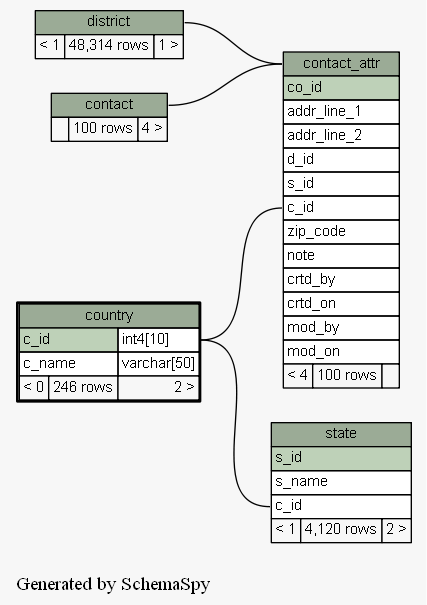
The Graphviz diagram docs/database/schemaspy/graphs/country.2degrees.png in engineerscraft/salesforce, before a commit. Its source is kept beside it as docs/database/schemaspy/graphs/country.2degrees.dot.
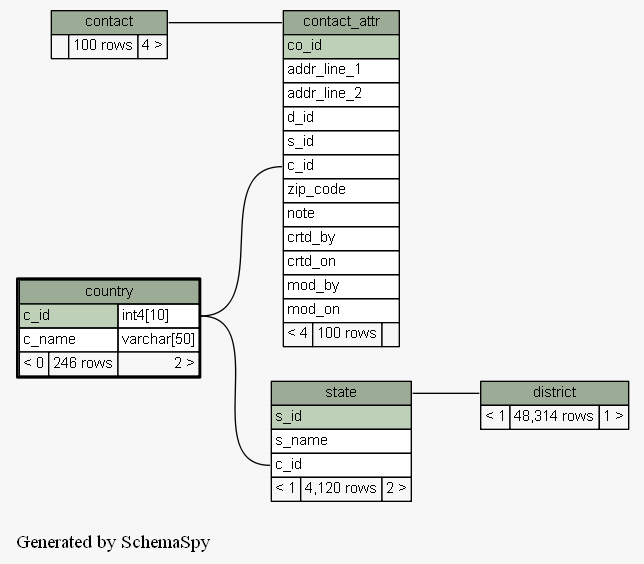
Later version of the same file.

The edit, as a diff of the source:
```diff
@@ -15,7 +15,7 @@
   ];
   "contact_attr":"c_id":w -> "country":"c_id.type":e [arrowtail=crowodot arrowhead=none];
   "contact_attr":"contact_attr.heading":w -> "contact":"contact.heading":e [arrowtail=tee arrowhead=none];
-  "contact_attr":"contact_attr.heading":w -> "district":"district.heading":e [arrowtail=crowodot arrowhead=none];
+  "district":"district.heading":w -> "state":"state.heading":e [arrowtail=crowtee arrowhead=none];
   "state":"c_id":w -> "country":"c_id.type":e [arrowtail=crowtee arrowhead=none];
   "contact" [
     label=<
```
